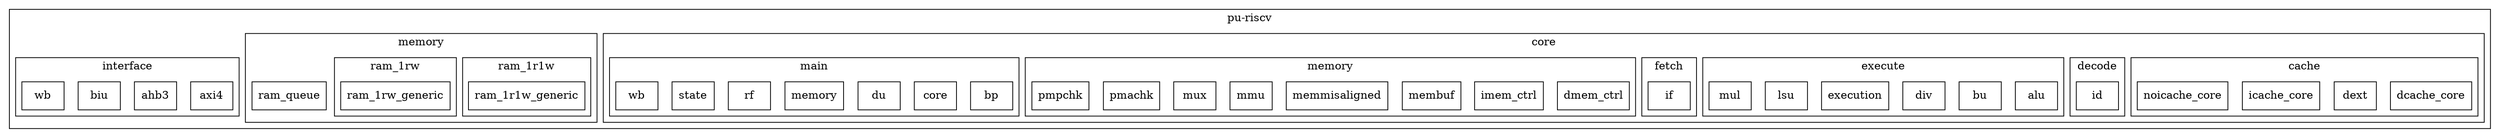
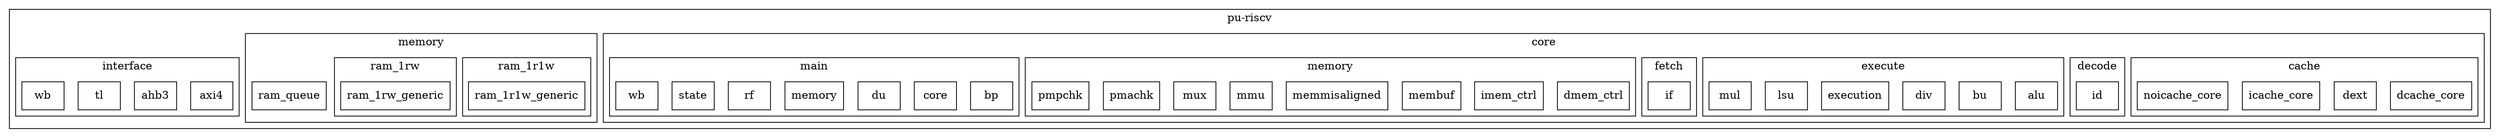
digraph Project {
  // Introduction
  graph [rankdir = TB, splines=ortho];
  node[shape=record];

  // Blocks
  subgraph "cluster pu-riscv" { label = "pu-riscv";
    subgraph "cluster core" { label = "core";
      subgraph "cluster cache" { label = "cache";
        dcache_core[shape=box, label="dcache_core"];
        dext[shape=box, label="dext"];
        icache_core[shape=box, label="icache_core"];
        noicache_core[shape=box, label="noicache_core"];
      }
      subgraph "cluster decode" { label = "decode";
        id[shape=box, label="id"];
      }
      subgraph "cluster execute" { label = "execute";
        alu[shape=box, label="alu"];
        bu[shape=box, label="bu"];
        div[shape=box, label="div"];
        execution[shape=box, label="execution"];
        lsu[shape=box, label="lsu"];
        mul[shape=box, label="mul"];
      }
      subgraph "cluster fetch" { label = "fetch";
        if[shape=box, label="if"];
      }
      subgraph "cluster memory" { label = "memory";
        dmem_ctrl[shape=box, label="dmem_ctrl"];
        imem_ctrl[shape=box, label="imem_ctrl"];
        membuf[shape=box, label="membuf"];
        memmisaligned[shape=box, label="memmisaligned"];
        mmu[shape=box, label="mmu"];
        mux[shape=box, label="mux"];
        pmachk[shape=box, label="pmachk"];
        pmpchk[shape=box, label="pmpchk"];
      }
      subgraph "cluster main" { label = "main";
        bp[shape=box, label="bp"];
        core[shape=box, label="core"];
        du[shape=box, label="du"];
        memory[shape=box, label="memory"];
        rf[shape=box, label="rf"];
        state[shape=box, label="state"];
        wb[shape=box, label="wb"];
      }
    }
    subgraph "cluster memory" { label = "memory";
      subgraph "cluster ram_1r1w" { label = "ram_1r1w";
        ram_1r1w_generic[shape=box, label="ram_1r1w_generic"];
      }
      subgraph "cluster ram_1rw" { label = "ram_1rw";
        ram_1rw_generic[shape=box, label="ram_1rw_generic"];
      }
      ram_queue[shape=box, label="ram_queue"];
    }
    subgraph "cluster interface" { label = "interface";
      bus_axi4[shape=box, label="axi4"];
      bus_ahb3[shape=box, label="ahb3"];
-       bus_biu[shape=box, label="biu"];
+       bus_tl[shape=box, label="tl"];
      bus_wb[shape=box, label="wb"];
    }
  }
}
